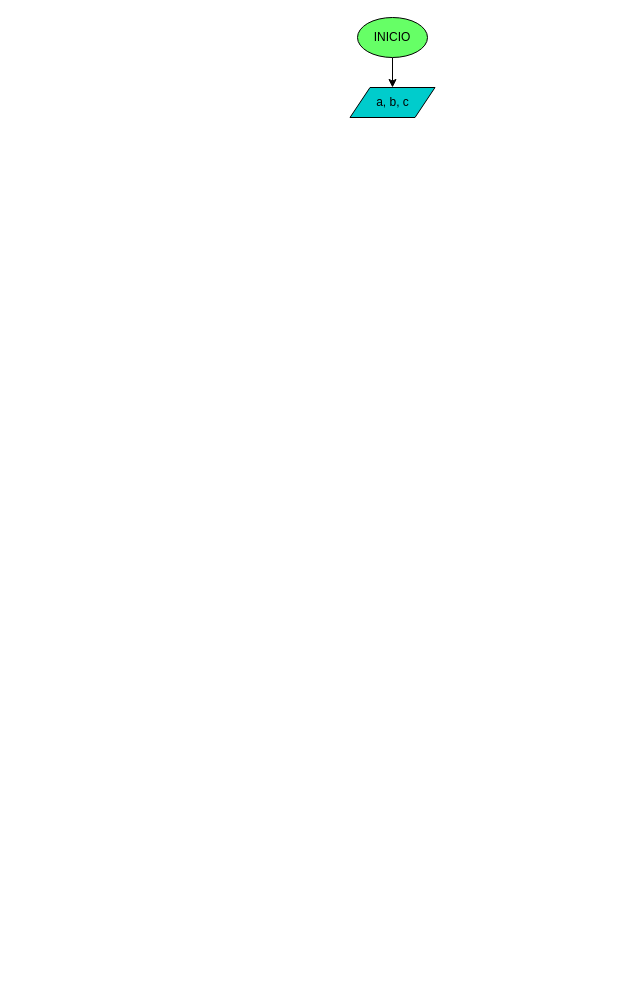
Above: diagrama.drawio in sistemas-colegio-guanenta/quiz-condicionales-MasterRuiz15 (draw.io), before the change. Source tidied: cells renumbered, new cells numbered last; positions are measured from the earlier drawing's top-left corner, leaving out a move shared by most shapes. Both pictures are drawn from the tidied source at 100%, with x=0, y=0 at pixel (349, 17).
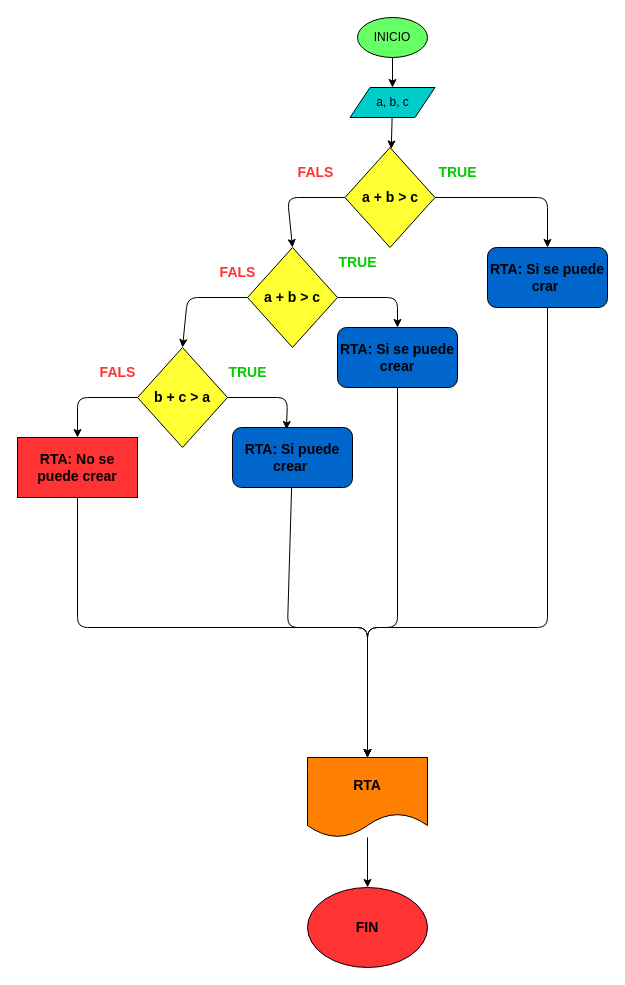
The same page after the edit.

The change refers to these unchanged cells:
```xml
<mxCell id="4" value="a, b, c" style="shape=parallelogram;perimeter=parallelogramPerimeter;whiteSpace=wrap;html=1;fixedSize=1;fillColor=#00CCCC;" parent="1" vertex="1">
  <mxGeometry x="0.5" y="70" width="85" height="30" as="geometry" />
</mxCell>
```

What changed in the source:
```diff
@@
+    <mxCell id="5" style="edgeStyle=none;html=1;" parent="1" edge="1" source="4" target="8">
+      <mxGeometry relative="1" as="geometry" />
+    </mxCell>
@@
+    <mxCell id="6" style="edgeStyle=none;html=1;fontSize=14;fontColor=#000000;" parent="1" edge="1" source="8" target="10">
+      <mxGeometry relative="1" as="geometry">
+        <Array as="points">
+          <mxPoint x="198" y="180" />
+        </Array>
+      </mxGeometry>
+    </mxCell>
+    <mxCell id="7" style="edgeStyle=none;html=1;fontSize=14;fontColor=#000000;entryX=0.5;entryY=0;entryDx=0;entryDy=0;" parent="1" edge="1" source="8" target="13">
+      <mxGeometry relative="1" as="geometry">
+        <Array as="points">
+          <mxPoint x="-62" y="180" />
+        </Array>
+      </mxGeometry>
+    </mxCell>
+    <mxCell id="8" value="&lt;font style=&quot;font-size: 14px;&quot; color=&quot;#000000&quot;&gt;&lt;b&gt;a + b &amp;gt; c&lt;/b&gt;&lt;/font&gt;" style="rhombus;whiteSpace=wrap;html=1;fillColor=#FFFF33;" parent="1" vertex="1">
+      <mxGeometry x="-4.5" y="130" width="90" height="100" as="geometry" />
+    </mxCell>
+    <mxCell id="9" style="edgeStyle=none;html=1;entryX=0.5;entryY=0;entryDx=0;entryDy=0;fontSize=14;fontColor=#FF3333;" parent="1" edge="1" source="10" target="30">
+      <mxGeometry relative="1" as="geometry">
+        <Array as="points">
+          <mxPoint x="198" y="610" />
+          <mxPoint x="18" y="610" />
+        </Array>
+      </mxGeometry>
+    </mxCell>
+    <mxCell id="10" value="&lt;font color=&quot;#000000&quot;&gt;&lt;span style=&quot;font-size: 14px;&quot;&gt;&lt;b&gt;RTA: Si se puede crar&amp;nbsp;&lt;/b&gt;&lt;/span&gt;&lt;/font&gt;" style="rounded=1;whiteSpace=wrap;html=1;fillColor=#0066CC;" parent="1" vertex="1">
+      <mxGeometry x="138" y="230" width="120" height="60" as="geometry" />
+    </mxCell>
+    <mxCell id="11" style="edgeStyle=none;html=1;entryX=0.5;entryY=0;entryDx=0;entryDy=0;fontSize=14;fontColor=#000000;" parent="1" edge="1" source="13" target="16">
+      <mxGeometry relative="1" as="geometry">
+        <Array as="points">
+          <mxPoint x="-162" y="280" />
+        </Array>
+      </mxGeometry>
+    </mxCell>
+    <mxCell id="12" style="edgeStyle=none;html=1;entryX=0.5;entryY=0;entryDx=0;entryDy=0;fontSize=14;fontColor=#000000;" parent="1" edge="1" source="13" target="18">
+      <mxGeometry relative="1" as="geometry">
+        <Array as="points">
+          <mxPoint x="48" y="280" />
+        </Array>
+      </mxGeometry>
+    </mxCell>
+    <mxCell id="13" value="&lt;font style=&quot;font-size: 14px;&quot; color=&quot;#000000&quot;&gt;&lt;b&gt;a + b &amp;gt; c&lt;/b&gt;&lt;/font&gt;" style="rhombus;whiteSpace=wrap;html=1;fillColor=#FFFF33;" parent="1" vertex="1">
+      <mxGeometry x="-102" y="230" width="90" height="100" as="geometry" />
+    </mxCell>
+    <mxCell id="14" style="edgeStyle=none;html=1;entryX=0.45;entryY=0.033;entryDx=0;entryDy=0;entryPerimeter=0;fontSize=14;fontColor=#000000;" parent="1" edge="1" source="16" target="20">
+      <mxGeometry relative="1" as="geometry">
+        <Array as="points">
+          <mxPoint x="-62" y="380" />
+        </Array>
+      </mxGeometry>
+    </mxCell>
+    <mxCell id="15" style="edgeStyle=none;html=1;entryX=0.5;entryY=0;entryDx=0;entryDy=0;fontSize=14;fontColor=#000000;" parent="1" edge="1" source="16" target="22">
+      <mxGeometry relative="1" as="geometry">
+        <Array as="points">
+          <mxPoint x="-272" y="380" />
+        </Array>
+      </mxGeometry>
+    </mxCell>
+    <mxCell id="16" value="&lt;b style=&quot;color: rgb(0, 0, 0); font-size: 14px;&quot;&gt;b + c &amp;gt; a&lt;/b&gt;" style="rhombus;whiteSpace=wrap;html=1;fillColor=#FFFF33;" parent="1" vertex="1">
+      <mxGeometry x="-212" y="330" width="90" height="100" as="geometry" />
+    </mxCell>
+    <mxCell id="17" style="edgeStyle=none;html=1;fontSize=14;fontColor=#FF3333;entryX=0.5;entryY=0;entryDx=0;entryDy=0;" parent="1" edge="1" source="18" target="30">
+      <mxGeometry relative="1" as="geometry">
+        <Array as="points">
+          <mxPoint x="48" y="610" />
+          <mxPoint x="18" y="610" />
+        </Array>
+      </mxGeometry>
+    </mxCell>
+    <mxCell id="18" value="&lt;font color=&quot;#000000&quot;&gt;&lt;span style=&quot;font-size: 14px;&quot;&gt;&lt;b&gt;RTA: Si se puede crear&lt;/b&gt;&lt;/span&gt;&lt;/font&gt;" style="rounded=1;whiteSpace=wrap;html=1;fillColor=#0066CC;" parent="1" vertex="1">
+      <mxGeometry x="-12" y="310" width="120" height="60" as="geometry" />
+    </mxCell>
+    <mxCell id="19" style="edgeStyle=none;html=1;fontSize=14;fontColor=#FF3333;" parent="1" edge="1" source="20" target="30">
+      <mxGeometry relative="1" as="geometry">
+        <Array as="points">
+          <mxPoint x="-62" y="610" />
+          <mxPoint x="18" y="610" />
+        </Array>
+      </mxGeometry>
+    </mxCell>
+    <mxCell id="20" value="&lt;font color=&quot;#000000&quot;&gt;&lt;span style=&quot;font-size: 14px;&quot;&gt;&lt;b&gt;RTA: Si puede crear&amp;nbsp;&lt;/b&gt;&lt;/span&gt;&lt;/font&gt;" style="rounded=1;whiteSpace=wrap;html=1;fillColor=#0066CC;" parent="1" vertex="1">
+      <mxGeometry x="-117" y="410" width="120" height="60" as="geometry" />
+    </mxCell>
+    <mxCell id="21" style="edgeStyle=none;html=1;fontSize=14;fontColor=#FF3333;" parent="1" edge="1" source="22">
+      <mxGeometry relative="1" as="geometry">
+        <mxPoint x="18" y="740" as="targetPoint" />
+        <Array as="points">
+          <mxPoint x="-272" y="610" />
+          <mxPoint x="18" y="610" />
+        </Array>
+      </mxGeometry>
+    </mxCell>
+    <mxCell id="22" value="&lt;b&gt;RTA: No se puede crear&lt;/b&gt;" style="rounded=0;whiteSpace=wrap;html=1;fontSize=14;fontColor=#000000;fillColor=#FF3333;" parent="1" vertex="1">
+      <mxGeometry x="-332" y="420" width="120" height="60" as="geometry" />
+    </mxCell>
+    <mxCell id="23" value="&lt;b&gt;&lt;font color=&quot;#00cc00&quot;&gt;TRUE&lt;/font&gt;&lt;/b&gt;" style="text;html=1;align=center;verticalAlign=middle;strokeColor=none;fillColor=none;fontSize=14;fontColor=#000000;" parent="1" vertex="1">
+      <mxGeometry x="-132" y="340" width="60" height="30" as="geometry" />
+    </mxCell>
+    <mxCell id="24" value="&lt;b&gt;&lt;font color=&quot;#00cc00&quot;&gt;TRUE&lt;/font&gt;&lt;/b&gt;" style="text;html=1;align=center;verticalAlign=middle;strokeColor=none;fillColor=none;fontSize=14;fontColor=#000000;" parent="1" vertex="1">
+      <mxGeometry x="-22" y="230" width="60" height="30" as="geometry" />
+    </mxCell>
+    <mxCell id="25" value="&lt;b&gt;&lt;font color=&quot;#00cc00&quot;&gt;TRUE&lt;/font&gt;&lt;/b&gt;" style="text;html=1;align=center;verticalAlign=middle;strokeColor=none;fillColor=none;fontSize=14;fontColor=#000000;" parent="1" vertex="1">
+      <mxGeometry x="78" y="140" width="60" height="30" as="geometry" />
+    </mxCell>
+    <mxCell id="26" value="&lt;b&gt;&lt;font color=&quot;#ff3333&quot;&gt;FALS&lt;/font&gt;&lt;/b&gt;" style="text;html=1;align=center;verticalAlign=middle;strokeColor=none;fillColor=none;fontSize=14;fontColor=#00CC00;" parent="1" vertex="1">
+      <mxGeometry x="-64.5" y="140" width="60" height="30" as="geometry" />
+    </mxCell>
+    <mxCell id="27" value="&lt;b&gt;&lt;font color=&quot;#ff3333&quot;&gt;FALS&lt;/font&gt;&lt;/b&gt;" style="text;html=1;align=center;verticalAlign=middle;strokeColor=none;fillColor=none;fontSize=14;fontColor=#00CC00;" parent="1" vertex="1">
+      <mxGeometry x="-142" y="240" width="60" height="30" as="geometry" />
+    </mxCell>
+    <mxCell id="28" value="&lt;b&gt;&lt;font color=&quot;#ff3333&quot;&gt;FALS&lt;/font&gt;&lt;/b&gt;" style="text;html=1;align=center;verticalAlign=middle;strokeColor=none;fillColor=none;fontSize=14;fontColor=#00CC00;" parent="1" vertex="1">
+      <mxGeometry x="-262" y="340" width="60" height="30" as="geometry" />
+    </mxCell>
+    <mxCell id="29" style="edgeStyle=none;html=1;fontSize=14;fontColor=#000000;" parent="1" edge="1" source="30" target="31">
+      <mxGeometry relative="1" as="geometry" />
+    </mxCell>
+    <mxCell id="30" value="&lt;b&gt;&lt;font color=&quot;#000000&quot;&gt;RTA&lt;/font&gt;&lt;/b&gt;" style="shape=document;whiteSpace=wrap;html=1;boundedLbl=1;fontSize=14;fontColor=#FF3333;fillColor=#FF8000;" parent="1" vertex="1">
+      <mxGeometry x="-42" y="740" width="120" height="80" as="geometry" />
+    </mxCell>
+    <mxCell id="31" value="&lt;b&gt;FIN&lt;/b&gt;" style="ellipse;whiteSpace=wrap;html=1;fontSize=14;fontColor=#000000;fillColor=#FF3333;" parent="1" vertex="1">
+      <mxGeometry x="-42" y="870" width="120" height="80" as="geometry" />
+    </mxCell>
```
